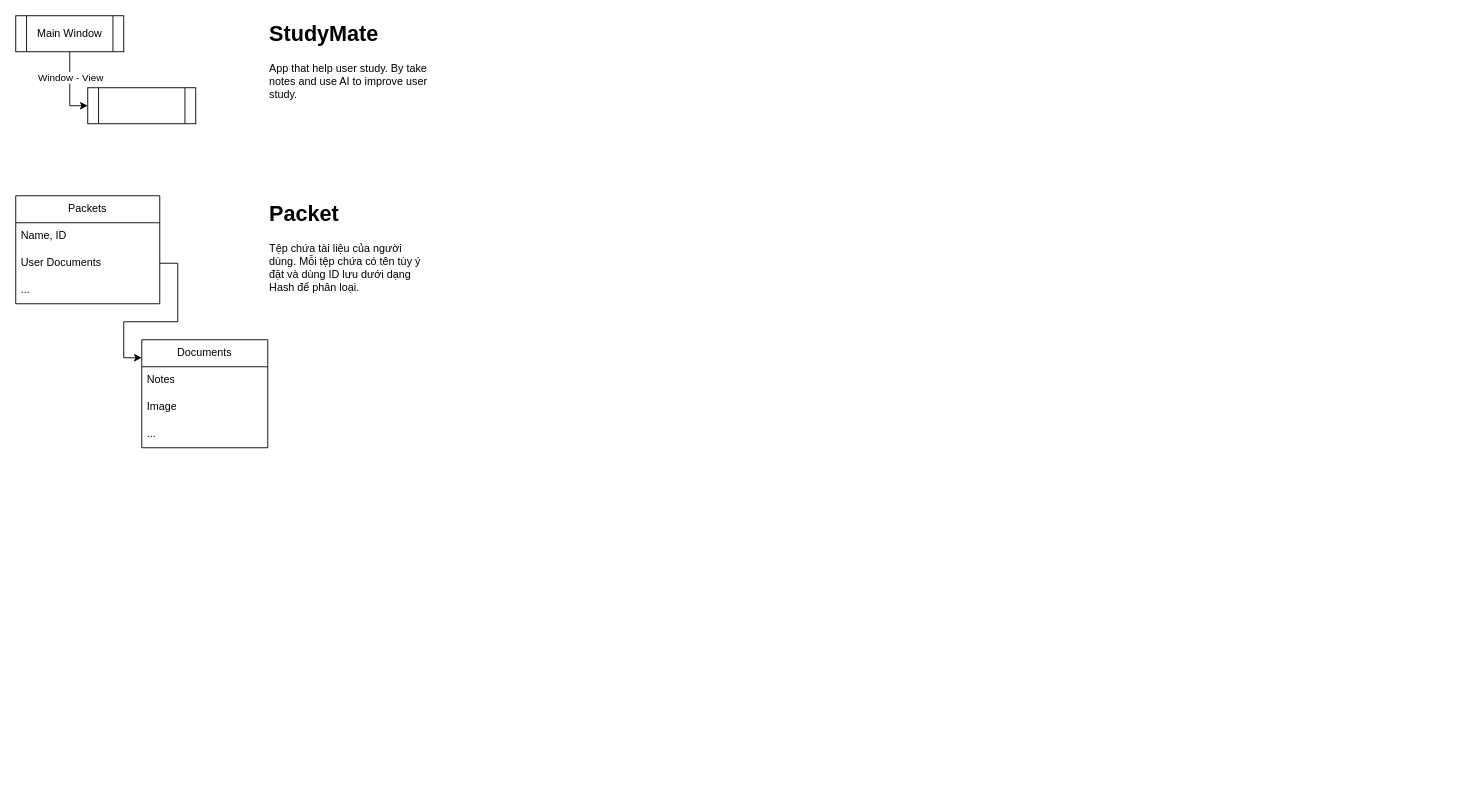
The draw.io diagram Diagram.drawio in CreamCheesePeanutButter/Studymate, before the edit. Source tidied: cells renumbered, new cells numbered last; positions are measured from the earlier drawing's top-left corner, leaving out a move shared by most shapes. Both pictures are drawn from the tidied source at 90%, with x=0, y=0 at pixel (15, 15).
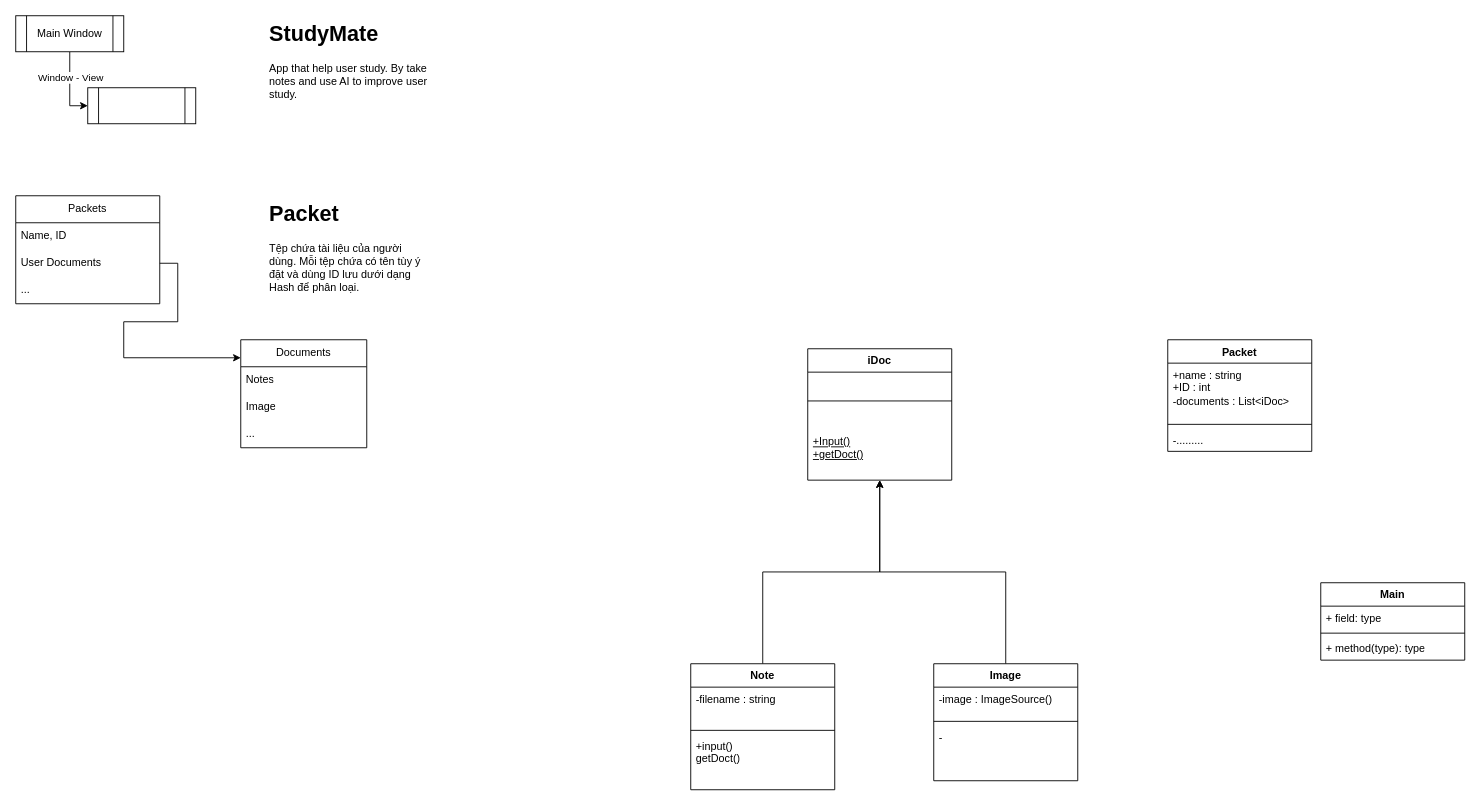
The same page after the edit.

Diff of the diagram source:
```diff
@@
     <mxCell id="12" value="Documents" style="swimlane;fontStyle=0;horizontal=1;startSize=30;whiteSpace=wrap;html=1;" parent="1" vertex="1">
-      <mxGeometry x="140" y="360" width="140" height="120" as="geometry" />
+      <mxGeometry x="250" y="360" width="140" height="120" as="geometry" />
     </mxCell>
@@
+    <mxCell id="17" value="Packet" style="swimlane;fontStyle=1;align=center;verticalAlign=top;horizontal=1;startSize=26;whiteSpace=wrap;html=1;" parent="1" vertex="1">
+      <mxGeometry x="1280" y="360" width="160" height="124" as="geometry" />
+    </mxCell>
+    <mxCell id="18" value="+name : string&lt;div&gt;+ID : int&lt;/div&gt;&lt;div&gt;-documents : List&amp;lt;iDoc&amp;gt;&lt;/div&gt;" style="text;strokeColor=none;fillColor=none;align=left;verticalAlign=top;spacingLeft=4;spacingRight=4;overflow=hidden;whiteSpace=wrap;html=1;" parent="17" vertex="1">
+      <mxGeometry y="26" width="160" height="64" as="geometry" />
+    </mxCell>
+    <mxCell id="19" style="line;strokeWidth=1;fillColor=none;align=left;verticalAlign=middle;spacingTop=-1;spacingLeft=3;spacingRight=3;labelPosition=right;strokeColor=inherit;" parent="17" vertex="1">
+      <mxGeometry y="90" width="160" height="8" as="geometry" />
+    </mxCell>
+    <mxCell id="20" value="-........." style="text;strokeColor=none;fillColor=none;align=left;verticalAlign=top;spacingLeft=4;spacingRight=4;overflow=hidden;whiteSpace=wrap;html=1;" parent="17" vertex="1">
+      <mxGeometry y="98" width="160" height="26" as="geometry" />
+    </mxCell>
+    <mxCell id="21" value="iDoc" style="swimlane;fontStyle=1;align=center;verticalAlign=top;horizontal=1;startSize=26;whiteSpace=wrap;html=1;" parent="1" vertex="1">
+      <mxGeometry x="880" y="370" width="160" height="146" as="geometry" />
+    </mxCell>
+    <mxCell id="22" style="line;strokeWidth=1;fillColor=none;align=left;verticalAlign=middle;spacingTop=-1;spacingLeft=3;spacingRight=3;labelPosition=right;strokeColor=inherit;" parent="21" vertex="1">
+      <mxGeometry y="26" width="160" height="64" as="geometry" />
+    </mxCell>
+    <mxCell id="23" value="&lt;u&gt;+Input()&lt;/u&gt;&lt;div&gt;&lt;u&gt;+getDoct()&lt;/u&gt;&lt;/div&gt;&lt;div&gt;&lt;br&gt;&lt;/div&gt;" style="text;strokeColor=none;fillColor=none;align=left;verticalAlign=top;spacingLeft=4;spacingRight=4;overflow=hidden;whiteSpace=wrap;html=1;" parent="21" vertex="1">
+      <mxGeometry y="90" width="160" height="56" as="geometry" />
+    </mxCell>
+    <mxCell id="24" style="edgeStyle=orthogonalEdgeStyle;rounded=0;jettySize=auto;html=1;" parent="1" edge="1" source="25" target="21">
+      <mxGeometry relative="1" as="geometry" />
+    </mxCell>
+    <mxCell id="25" value="Note" style="swimlane;fontStyle=1;align=center;verticalAlign=top;horizontal=1;startSize=26;whiteSpace=wrap;html=1;" parent="1" vertex="1">
+      <mxGeometry x="750" y="720" width="160" height="140" as="geometry" />
+    </mxCell>
+    <mxCell id="26" value="-filename : string" style="text;strokeColor=none;fillColor=none;align=left;verticalAlign=top;spacingLeft=4;spacingRight=4;overflow=hidden;whiteSpace=wrap;html=1;" parent="25" vertex="1">
+      <mxGeometry y="26" width="160" height="44" as="geometry" />
+    </mxCell>
+    <mxCell id="27" style="line;strokeWidth=1;fillColor=none;align=left;verticalAlign=middle;spacingTop=-1;spacingLeft=3;spacingRight=3;labelPosition=right;strokeColor=inherit;" parent="25" vertex="1">
+      <mxGeometry y="70" width="160" height="8" as="geometry" />
+    </mxCell>
+    <mxCell id="28" value="+input()&lt;div&gt;getDoct()&lt;/div&gt;" style="text;strokeColor=none;fillColor=none;align=left;verticalAlign=top;spacingLeft=4;spacingRight=4;overflow=hidden;whiteSpace=wrap;html=1;" parent="25" vertex="1">
+      <mxGeometry y="78" width="160" height="62" as="geometry" />
+    </mxCell>
+    <mxCell id="29" style="edgeStyle=orthogonalEdgeStyle;rounded=0;jettySize=auto;html=1;" parent="1" edge="1" source="30" target="21">
+      <mxGeometry relative="1" as="geometry" />
+    </mxCell>
+    <mxCell id="30" value="Image" style="swimlane;fontStyle=1;align=center;verticalAlign=top;horizontal=1;startSize=26;whiteSpace=wrap;html=1;" parent="1" vertex="1">
+      <mxGeometry x="1020" y="720" width="160" height="130" as="geometry" />
+    </mxCell>
+    <mxCell id="31" value="-image : ImageSource()&lt;div&gt;&lt;br&gt;&lt;/div&gt;" style="text;strokeColor=none;fillColor=none;align=left;verticalAlign=top;spacingLeft=4;spacingRight=4;overflow=hidden;whiteSpace=wrap;html=1;" parent="30" vertex="1">
+      <mxGeometry y="26" width="160" height="34" as="geometry" />
+    </mxCell>
+    <mxCell id="32" style="line;strokeWidth=1;fillColor=none;align=left;verticalAlign=middle;spacingTop=-1;spacingLeft=3;spacingRight=3;labelPosition=right;strokeColor=inherit;" parent="30" vertex="1">
+      <mxGeometry y="60" width="160" height="8" as="geometry" />
+    </mxCell>
+    <mxCell id="33" value="&lt;div&gt;&lt;div&gt;-&lt;/div&gt;&lt;/div&gt;" style="text;strokeColor=none;fillColor=none;align=left;verticalAlign=top;spacingLeft=4;spacingRight=4;overflow=hidden;whiteSpace=wrap;html=1;" parent="30" vertex="1">
+      <mxGeometry y="68" width="160" height="62" as="geometry" />
+    </mxCell>
+    <mxCell id="34" value="Main" style="swimlane;fontStyle=1;align=center;verticalAlign=top;horizontal=1;startSize=26;whiteSpace=wrap;html=1;" parent="1" vertex="1">
+      <mxGeometry x="1450" y="630" width="160" height="86" as="geometry" />
+    </mxCell>
+    <mxCell id="35" value="+ field: type" style="text;strokeColor=none;fillColor=none;align=left;verticalAlign=top;spacingLeft=4;spacingRight=4;overflow=hidden;whiteSpace=wrap;html=1;" parent="34" vertex="1">
+      <mxGeometry y="26" width="160" height="26" as="geometry" />
+    </mxCell>
+    <mxCell id="36" style="line;strokeWidth=1;fillColor=none;align=left;verticalAlign=middle;spacingTop=-1;spacingLeft=3;spacingRight=3;labelPosition=right;strokeColor=inherit;" parent="34" vertex="1">
+      <mxGeometry y="52" width="160" height="8" as="geometry" />
+    </mxCell>
+    <mxCell id="37" value="+ method(type): type" style="text;strokeColor=none;fillColor=none;align=left;verticalAlign=top;spacingLeft=4;spacingRight=4;overflow=hidden;whiteSpace=wrap;html=1;" parent="34" vertex="1">
+      <mxGeometry y="60" width="160" height="26" as="geometry" />
+    </mxCell>
```
